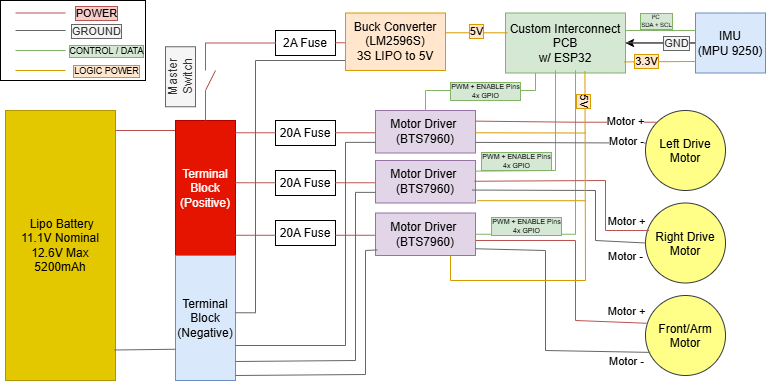
Earlier version of the draw.io export electrical/Diagrams/ShotBotElectricalArchitecture.png (kylevansant/ShotBot-Autonomous-Delivery-Robot-Stanford-Moonshot-Club). Source tidied: cells renumbered, new cells last; positions are measured from the earlier drawing's top-left corner, leaving out a move shared by most shapes.
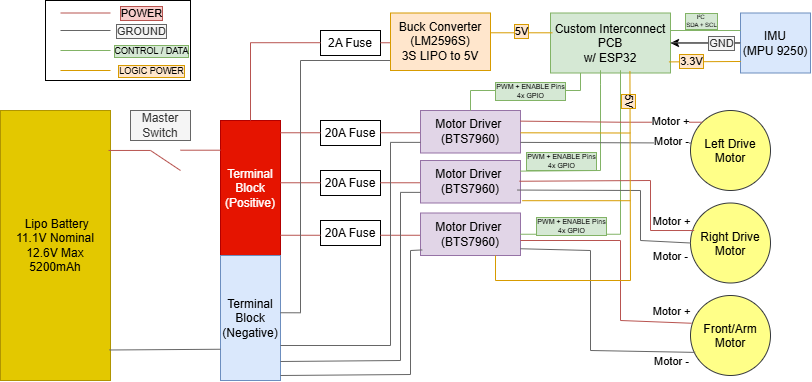
After the commit.

Change to the diagram source:
```diff
@@ -3,7 +3,7 @@
     <mxCell id="0" />
     <mxCell id="1" parent="0" />
     <mxCell id="2" value="&amp;nbsp;Lipo Battery&lt;div&gt;11.1V Nominal&lt;/div&gt;&lt;div&gt;12.6V Max&lt;br&gt;&lt;div&gt;5200mAh&lt;/div&gt;&lt;/div&gt;" style="rounded=0;whiteSpace=wrap;html=1;fillColor=#e3c800;fontColor=#000000;strokeColor=#B09500;" parent="1" vertex="1">
-      <mxGeometry x="5" y="110" width="110" height="270" as="geometry" />
+      <mxGeometry x="-45" y="110" width="110" height="270" as="geometry" />
     </mxCell>
     <mxCell id="3" style="endArrow=none;html=1;rounded=0;fillColor=#e51400;strokeColor=none;" parent="1" edge="1">
       <mxGeometry relative="1" as="geometry">
@@ -11,12 +11,6 @@
         <mxPoint x="235" y="150" as="targetPoint" />
       </mxGeometry>
     </mxCell>
-    <mxCell id="4" style="endArrow=none;html=1;rounded=0;fillColor=#f8cecc;strokeColor=#b85450;" parent="1" edge="1">
-      <mxGeometry relative="1" as="geometry">
-        <mxPoint x="115" y="130" as="sourcePoint" />
-        <mxPoint x="235" y="130" as="targetPoint" />
-      </mxGeometry>
-    </mxCell>
     <mxCell id="5" value="Terminal Block (Positive)" style="rounded=0;whiteSpace=wrap;html=1;fillColor=#e51400;fontColor=#ffffff;strokeColor=#B20000;gradientColor=none;fillStyle=solid;" parent="1" vertex="1">
       <mxGeometry x="175" y="120" width="60" height="135" as="geometry" />
     </mxCell>
@@ -353,34 +347,36 @@
         <mxPoint x="-3" y="-2" as="offset" />
       </mxGeometry>
     </mxCell>
-    <mxCell id="70" style="endArrow=none;html=1;rounded=0;fillColor=#f8cecc;strokeColor=#b85450;" parent="1" edge="1">
-      <mxGeometry relative="1" as="geometry">
-        <mxPoint x="205" y="120" as="sourcePoint" />
-        <mxPoint x="205" y="90" as="targetPoint" />
-      </mxGeometry>
-    </mxCell>
-    <mxCell id="71" style="endArrow=none;html=1;rounded=0;fillColor=#f8cecc;strokeColor=#b85450;" parent="1" edge="1">
-      <mxGeometry relative="1" as="geometry">
-        <mxPoint x="205" y="90" as="sourcePoint" />
-        <mxPoint x="215" y="70" as="targetPoint" />
-      </mxGeometry>
-    </mxCell>
-    <mxCell id="72" style="endArrow=none;html=1;rounded=0;entryX=0;entryY=0.5;entryDx=0;entryDy=0;fillColor=#f8cecc;strokeColor=#b85450;" parent="1" edge="1" target="20">
-      <mxGeometry relative="1" as="geometry">
-        <mxPoint x="205" y="70" as="sourcePoint" />
-        <Array as="points">
-          <mxPoint x="205" y="42.5" />
-        </Array>
-      </mxGeometry>
-    </mxCell>
-    <mxCell id="73" value="Master Switch" style="text;html=1;whiteSpace=wrap;strokeColor=#666666;fillColor=#f5f5f5;align=center;verticalAlign=middle;rounded=0;fontColor=#333333;rotation=-90;" parent="1" vertex="1">
-      <mxGeometry x="150" y="61.2" width="60" height="30" as="geometry" />
-    </mxCell>
     <mxCell id="74" value="Motor +" style="edgeLabel;html=1;align=center;verticalAlign=middle;" parent="1" vertex="1">
       <mxGeometry x="625" y="220" as="geometry" />
     </mxCell>
     <mxCell id="75" value="Motor +" style="edgeLabel;html=1;align=center;verticalAlign=middle;fillColor=#f8cecc;strokeColor=#b85450;" parent="1" vertex="1">
       <mxGeometry x="625" y="310" as="geometry" />
     </mxCell>
+    <mxCell id="73" value="Master Switch" style="text;html=1;whiteSpace=wrap;strokeColor=#666666;fillColor=#f5f5f5;align=center;verticalAlign=middle;rounded=0;fontColor=#333333;rotation=0;" parent="1" vertex="1">
+      <mxGeometry x="85" y="110" width="60" height="30" as="geometry" />
+    </mxCell>
+    <mxCell id="76" style="endArrow=none;html=1;rounded=0;exitX=0.982;exitY=0.148;exitDx=0;exitDy=0;exitPerimeter=0;fillColor=#f8cecc;strokeColor=#b85450;" parent="1" edge="1" source="2">
+      <mxGeometry relative="1" as="geometry">
+        <mxPoint x="135" y="170" as="targetPoint" />
+        <Array as="points">
+          <mxPoint x="105" y="150" />
+        </Array>
+      </mxGeometry>
+    </mxCell>
+    <mxCell id="77" style="endArrow=none;html=1;rounded=0;entryX=0;entryY=0;entryDx=0;entryDy=0;fillColor=#f8cecc;strokeColor=#b85450;" parent="1" edge="1">
+      <mxGeometry relative="1" as="geometry">
+        <mxPoint x="135" y="149.7" as="sourcePoint" />
+        <mxPoint x="175" y="149.7" as="targetPoint" />
+      </mxGeometry>
+    </mxCell>
+    <mxCell id="78" style="endArrow=none;html=1;rounded=0;entryX=0;entryY=0;entryDx=0;entryDy=0;fillColor=#f8cecc;strokeColor=#b85450;exitX=0.5;exitY=0;exitDx=0;exitDy=0;" parent="1" edge="1" source="5">
+      <mxGeometry relative="1" as="geometry">
+        <mxPoint x="275" y="42.2" as="targetPoint" />
+        <Array as="points">
+          <mxPoint x="205" y="42.2" />
+        </Array>
+      </mxGeometry>
+    </mxCell>
   </root>
 </mxGraphModel>
```
